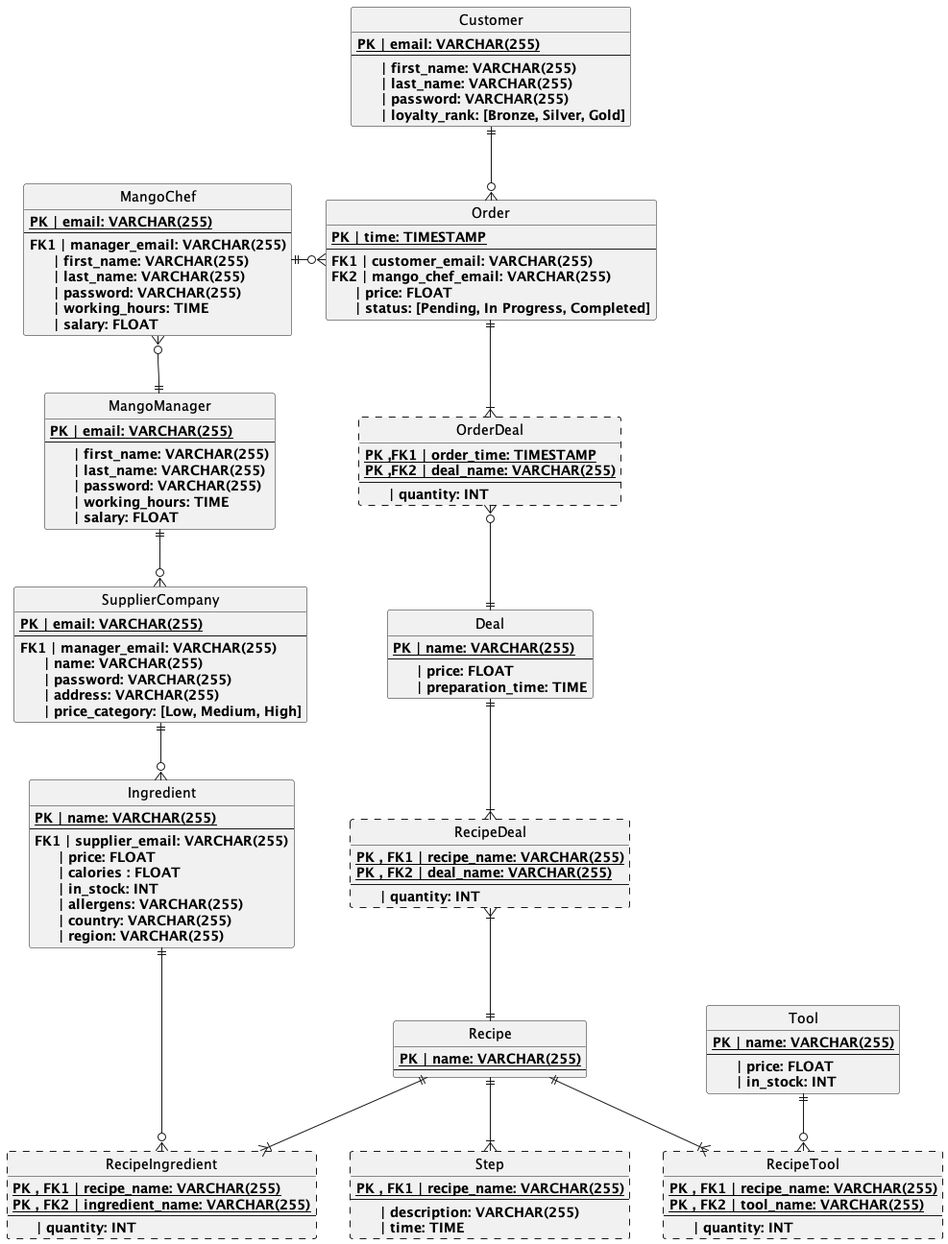
MorganKryze/MangoDB keeps this PlantUML diagram as Diagrams/TableDiagram.png. Above is the earlier version.
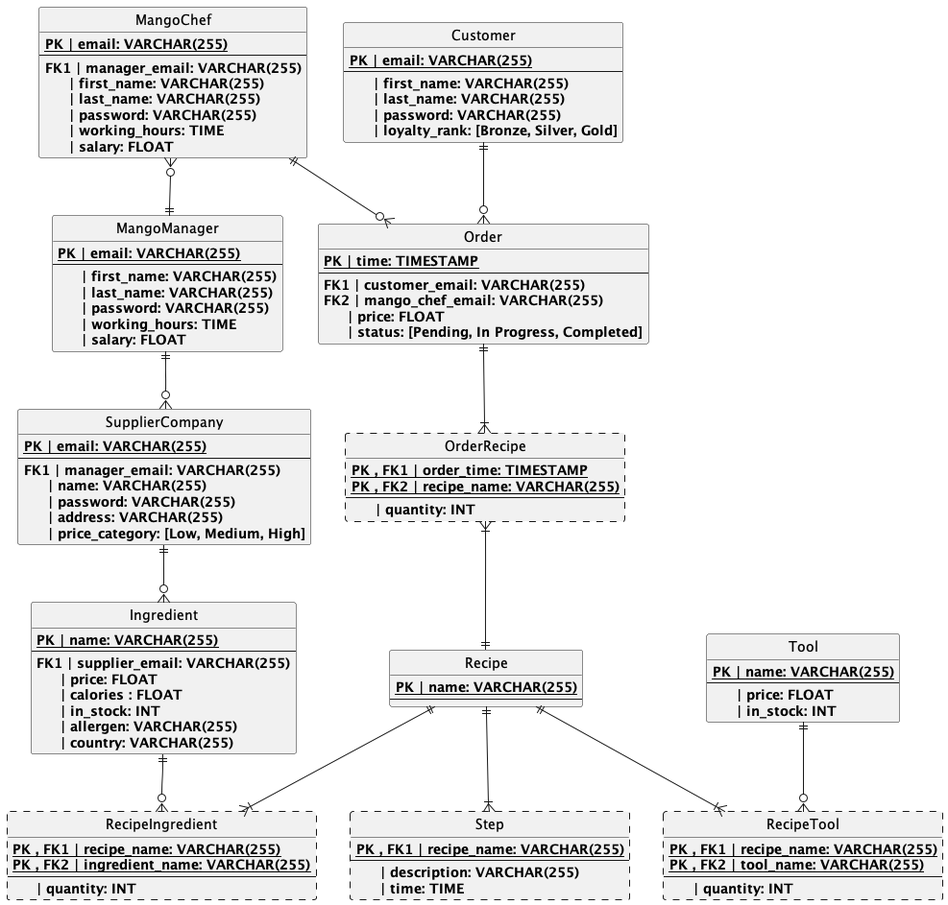
The same file after the commit.

The edit, as a diff of the source:
```diff
@@ -21,26 +21,10 @@
     <b>     | status: [Pending, In Progress, Completed]
 }
 
-entity OrderDeal ##[dashed]
+entity OrderRecipe ##[dashed]
 {
-    {static}<b>PK ,FK1 | order_time: TIMESTAMP
-    {static}<b>PK ,FK2 | deal_name: VARCHAR(255)
-    --
-    <b>     | quantity: INT
-}
-
-entity Deal
-{
-    {static}<b>PK | name: VARCHAR(255)
-    --
-    <b>     | price: FLOAT
-    <b>     | preparation_time: TIME
-}
-
-entity RecipeDeal ##[dashed]
-{
-    {static}<b>PK , FK1 | recipe_name: VARCHAR(255)
-    {static}<b>PK , FK2 | deal_name: VARCHAR(255)
+    {static}<b>PK , FK1 | order_time: TIMESTAMP
+    {static}<b>PK , FK2 | recipe_name: VARCHAR(255)
     --
     <b>     | quantity: INT
 }
@@ -83,9 +67,8 @@
     <b>     | price: FLOAT
     <b>     | calories : FLOAT
     <b>     | in_stock: INT
-    <b>     | allergens: VARCHAR(255)
+    <b>     | allergen: VARCHAR(255)
     <b>     | country: VARCHAR(255)
-    <b>     | region: VARCHAR(255)
 }
 
 entity Tool
@@ -138,8 +121,7 @@
 SupplierCompany ||-down-o{ Ingredient
 
 Customer ||-down-o{ Order
-Order  ||-down-|{ OrderDeal
-OrderDeal }o-down-|| Deal
+Order  ||-down-|{ OrderRecipe
 
 Recipe ||-down-|{ RecipeIngredient
 RecipeIngredient }o-up-|| Ingredient
@@ -147,6 +129,5 @@
 RecipeTool }o-up-|| Tool
 
 Recipe ||-down-|{ Step
-Deal ||-down-|{ RecipeDeal
-Recipe ||-up-|{ RecipeDeal
+Recipe ||-up-|{ OrderRecipe
 @enduml
```
